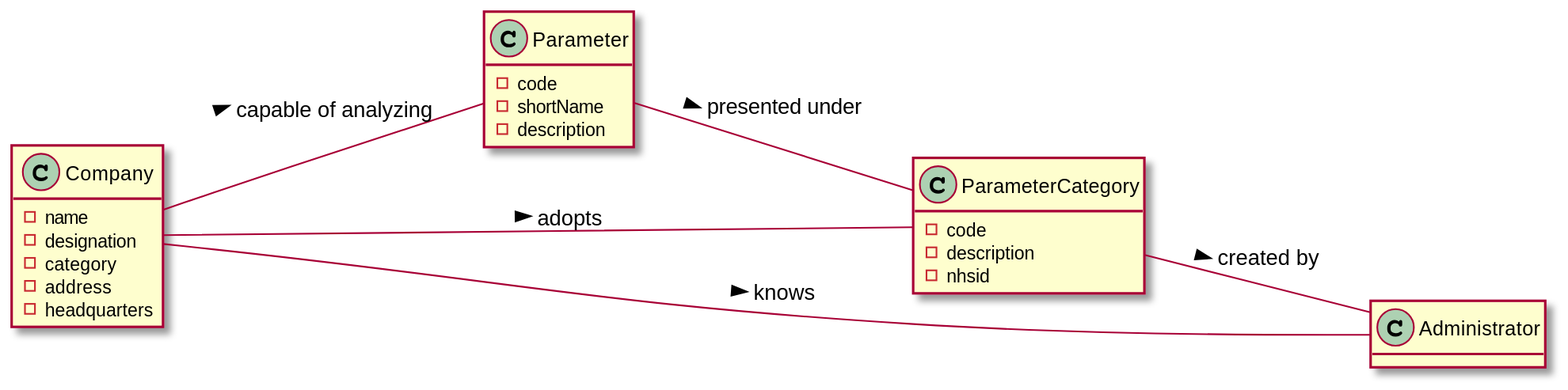
Above: docs/SprintB/US10/US10_DM.svg in manu-07-ela/LAPR2_ISEP (PlantUML), before the change. The source it was exported from:
```plantuml
@startuml
hide methods
left to right direction

class Company
class Parameter
class ParameterCategory
class Administrator

Company -- Parameter : capable of analyzing >
Company -- ParameterCategory : adopts >
Company -- Administrator : knows >

Parameter -- ParameterCategory : presented under >

ParameterCategory -- Administrator : created by >


class Company{
-name
-designation
-category
-address
-headquarters
}

class Parameter{
-code
-shortName
-description
}

class ParameterCategory{
-code
-description
-nhsid
}

@enduml
```
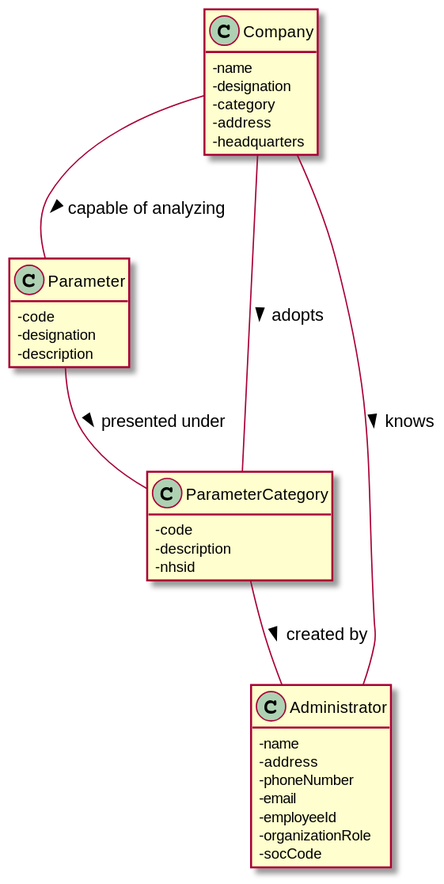
Above is the later version.

What changed in the source:
```diff
@@ -1,6 +1,6 @@
 @startuml
 hide methods
-left to right direction
+skinparam classAttributeIconSize 0
 
 class Company
 class Parameter
@@ -26,7 +26,7 @@
 
 class Parameter{
 -code
--shortName
+-designation
 -description
 }
 
@@ -36,4 +36,14 @@
 -nhsid
 }
 
+class Administrator {
+-name
+-address
+-phoneNumber
+-email
+-employeeId
+-organizationRole
+-socCode
+}
+
 @enduml
```
